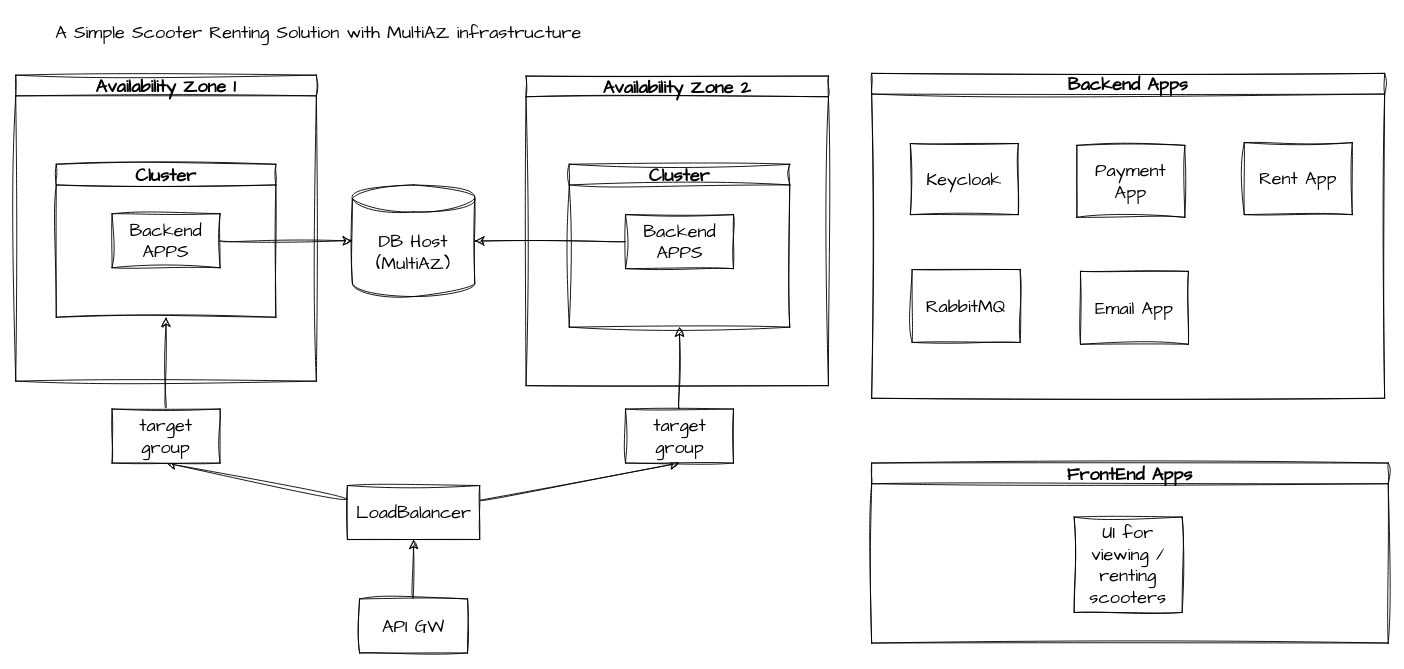
Above: documentation/scooter_service.drawio in serdarburakguneri/scooter-renting (draw.io), before the change. Source tidied: cells renumbered, new cells numbered last; positions are measured from the earlier drawing's top-left corner, leaving out a move shared by most shapes. Both pictures are drawn from the tidied source at 90%, with x=0, y=0 at pixel (15, 15).
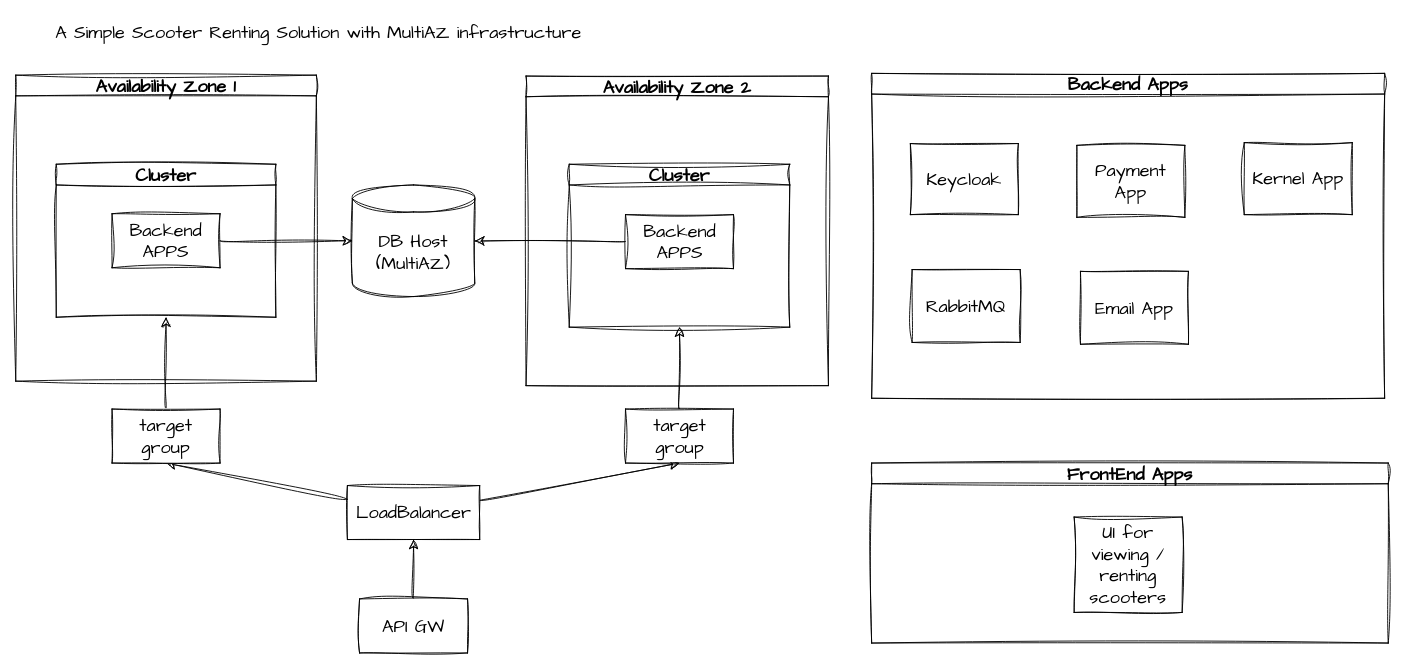
After the change.

Unchanged cells that the change refers to:
```xml
<mxCell id="22" value="Backend Apps" style="swimlane;whiteSpace=wrap;html=1;sketch=1;hachureGap=4;jiggle=2;curveFitting=1;fontFamily=Architects Daughter;fontSize=20;" parent="1" vertex="1">
  <mxGeometry x="951" y="64" width="570" height="361" as="geometry" />
</mxCell>
```

What changed in the source:
```diff
@@
-    <mxCell id="24" value="Rent App" style="rounded=0;whiteSpace=wrap;html=1;sketch=1;hachureGap=4;jiggle=2;curveFitting=1;fontFamily=Architects Daughter;fontSize=20;" parent="22" vertex="1">
+    <mxCell id="24" value="Kernel App" style="rounded=0;whiteSpace=wrap;html=1;sketch=1;hachureGap=4;jiggle=2;curveFitting=1;fontFamily=Architects Daughter;fontSize=20;" parent="22" vertex="1">
       <mxGeometry x="414" y="77" width="120" height="80" as="geometry" />
     </mxCell>
```
